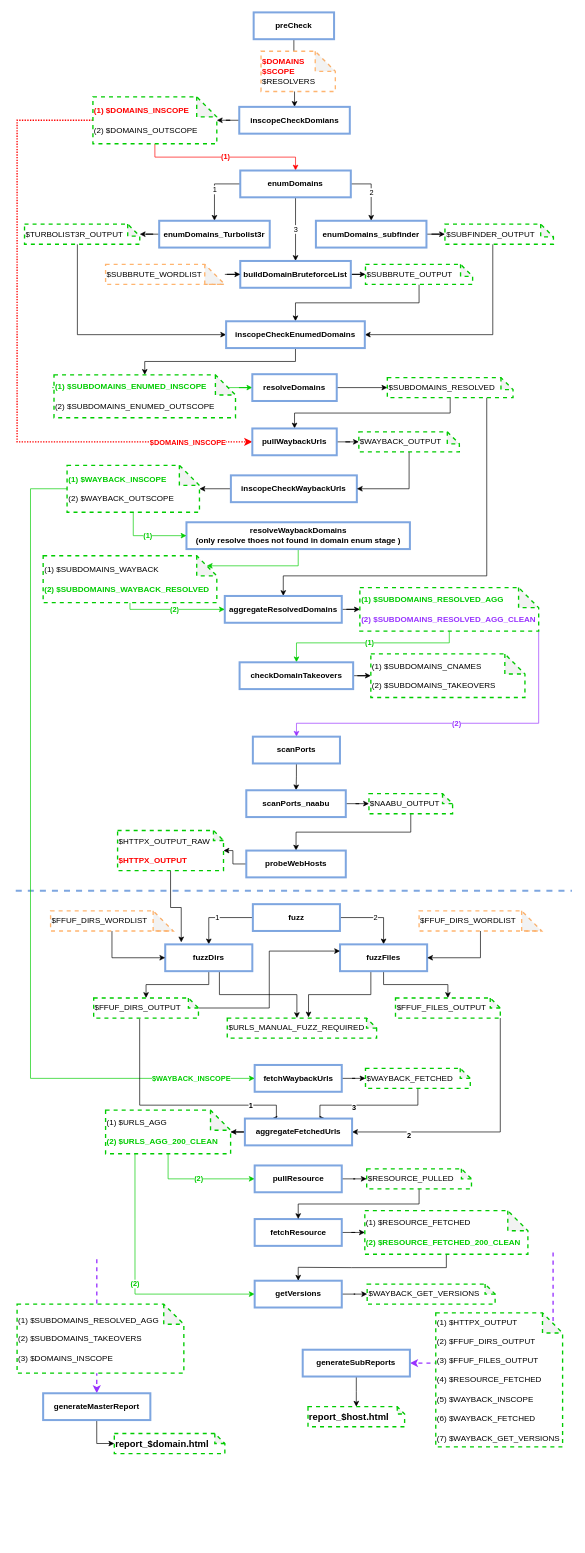
dirtybull/workflows keeps this draw.io diagram as Recon.drawio. Above is the earlier version. Source tidied: cells renumbered, new cells numbered last; positions are measured from the earlier drawing's top-left corner, leaving out a move shared by most shapes. Both pictures are drawn from the tidied source at 67%, with x=0, y=0 at pixel (15, 12).
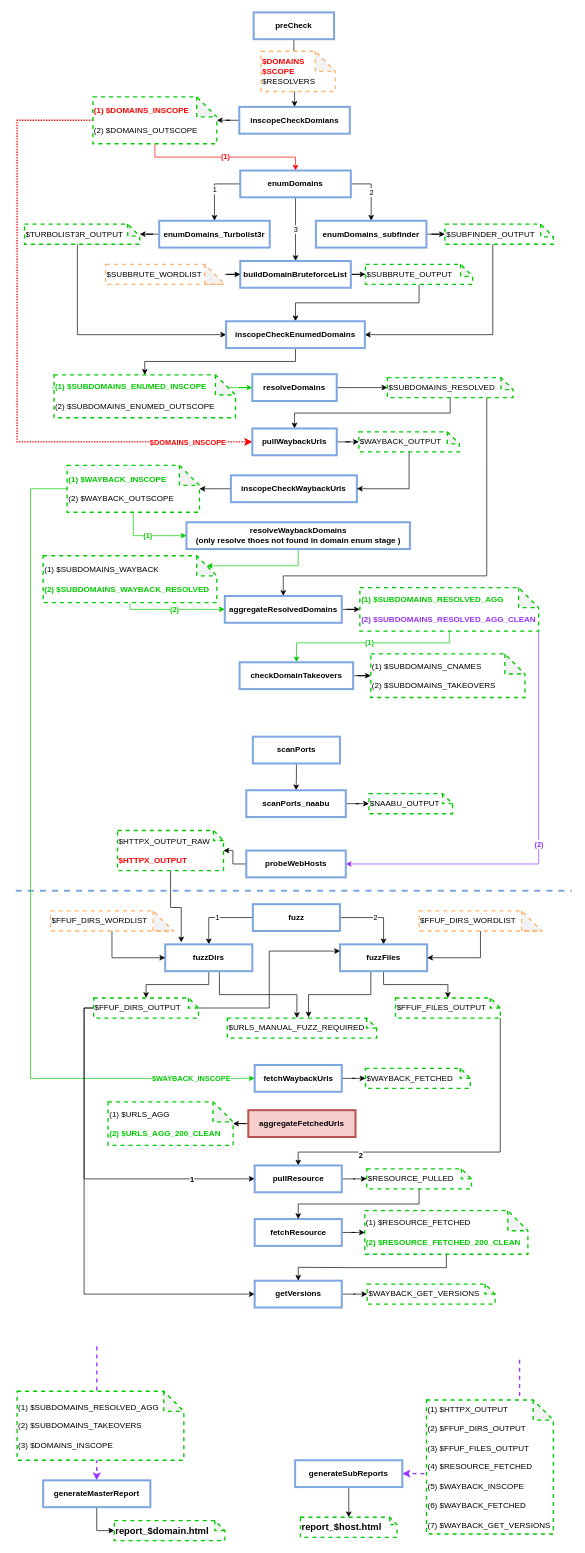
The same diagram, later.

The change refers to these unchanged cells:
```xml
<mxCell id="51" value="&lt;div&gt;&lt;font color=&quot;#00CC00&quot;&gt;&lt;b&gt;(1) $SUBDOMAINS_RESOLVED_AGG&lt;/b&gt;&lt;/font&gt;&lt;/div&gt;&lt;div&gt;&lt;br&gt;&lt;/div&gt;&lt;div&gt;&lt;font color=&quot;#9933FF&quot;&gt;&lt;b&gt;(2) $SUBDOMAINS_RESOLVED_AGG_CLEAN&lt;/b&gt;&lt;/font&gt;&lt;/div&gt;" style="shape=note;whiteSpace=wrap;html=1;backgroundOutline=1;darkOpacity=0.05;dashed=1;align=left;strokeColor=#00CC00;strokeWidth=2;" parent="1" vertex="1">
  <mxGeometry x="513.6" y="858.5" width="266.9" height="65" as="geometry" />
</mxCell>
<mxCell id="56" value="scanPorts" style="rounded=0;whiteSpace=wrap;html=1;strokeColor=#7EA6E0;strokeWidth=3;fontStyle=1;" parent="1" vertex="1">
  <mxGeometry x="353.9" y="1081" width="130" height="40" as="geometry" />
</mxCell>
<mxCell id="61" value="&lt;div&gt;$NAABU_OUTPUT&lt;/div&gt;" style="shape=note;whiteSpace=wrap;html=1;backgroundOutline=1;darkOpacity=0.05;dashed=1;align=left;strokeColor=#00CC00;strokeWidth=2;size=15;" parent="1" vertex="1">
  <mxGeometry x="527.2" y="1166" width="124.8" height="30" as="geometry" />
</mxCell>
<mxCell id="63" value="probeWebHosts" style="rounded=0;whiteSpace=wrap;html=1;strokeColor=#7EA6E0;strokeWidth=3;fontStyle=1;" parent="1" vertex="1">
  <mxGeometry x="344.1" y="1251" width="148.5" height="40" as="geometry" />
</mxCell>
<mxCell id="90" value="&lt;div&gt;$FFUF_DIRS_OUTPUT&lt;/div&gt;" style="shape=note;whiteSpace=wrap;html=1;backgroundOutline=1;darkOpacity=0.05;dashed=1;align=left;strokeColor=#00CC00;strokeWidth=2;size=15;" parent="1" vertex="1">
  <mxGeometry x="116.3" y="1471" width="156.4" height="30" as="geometry" />
</mxCell>
<mxCell id="93" value="&lt;div&gt;$FFUF_FILES_OUTPUT&lt;/div&gt;" style="shape=note;whiteSpace=wrap;html=1;backgroundOutline=1;darkOpacity=0.05;dashed=1;align=left;strokeColor=#00CC00;strokeWidth=2;size=15;" parent="1" vertex="1">
  <mxGeometry x="566.8" y="1471" width="156.4" height="30" as="geometry" />
</mxCell>
<mxCell id="99" value="&lt;div&gt;$WAYBACK_FETCHED&lt;/div&gt;" style="shape=note;whiteSpace=wrap;html=1;backgroundOutline=1;darkOpacity=0.05;dashed=1;align=left;strokeColor=#00CC00;strokeWidth=2;size=15;" parent="1" vertex="1">
  <mxGeometry x="522" y="1576" width="156.4" height="30" as="geometry" />
</mxCell>
<mxCell id="106" value="pullResource" style="rounded=0;whiteSpace=wrap;html=1;strokeColor=#7EA6E0;strokeWidth=3;fontStyle=1;" parent="1" vertex="1">
  <mxGeometry x="356.6" y="1721" width="130" height="40" as="geometry" />
</mxCell>
<mxCell id="108" value="getVersions" style="rounded=0;whiteSpace=wrap;html=1;strokeColor=#7EA6E0;strokeWidth=3;fontStyle=1;" parent="1" vertex="1">
  <mxGeometry x="356.6" y="1893" width="130" height="40" as="geometry" />
</mxCell>
```

The edit, as a diff of the source:
```diff
@@
     <mxCell id="2" style="endArrow=classic;html=1;rounded=0;fontColor=default;strokeColor=#9933FF;strokeWidth=2;dashed=1;entryX=1;entryY=0.5;entryDx=0;entryDy=0;" parent="1" edge="1" target="117">
       <mxGeometry relative="1" as="geometry">
-        <mxPoint x="802" y="1851" as="sourcePoint" />
+        <mxPoint x="752" y="2011" as="sourcePoint" />
         <Array as="points">
-          <mxPoint x="802" y="2016" />
+          <mxPoint x="752" y="2181" />
         </Array>
       </mxGeometry>
     </mxCell>
     <mxCell id="3" style="endArrow=classic;html=1;rounded=0;fontColor=default;strokeColor=#9933FF;strokeWidth=2;dashed=1;entryX=0.5;entryY=0;entryDx=0;entryDy=0;" parent="1" edge="1" target="119">
       <mxGeometry relative="1" as="geometry">
-        <mxPoint x="121" y="1861" as="sourcePoint" />
+        <mxPoint x="121" y="1991" as="sourcePoint" />
       </mxGeometry>
     </mxCell>
@@
-    <mxCell id="50" value="(2)" style="edgeStyle=orthogonalEdgeStyle;rounded=0;jettySize=auto;html=1;fontColor=#9933FF;strokeColor=#9933FF;exitX=1;exitY=1;exitDx=0;exitDy=0;exitPerimeter=0;fontStyle=1;" parent="1" edge="1" source="51" target="56">
+    <mxCell id="50" value="(2)" style="edgeStyle=orthogonalEdgeStyle;rounded=0;jettySize=auto;html=1;fontColor=#9933FF;strokeColor=#9933FF;exitX=1;exitY=1;exitDx=0;exitDy=0;exitPerimeter=0;fontStyle=1;entryX=1;entryY=0.5;entryDx=0;entryDy=0;" parent="1" edge="1" source="51" target="63">
       <mxGeometry relative="1" as="geometry">
         <Array as="points">
-          <mxPoint x="780" y="1061" />
-          <mxPoint x="419" y="1061" />
+          <mxPoint x="780" y="1271" />
         </Array>
       </mxGeometry>
     </mxCell>
@@
-    <mxCell id="60" style="edgeStyle=orthogonalEdgeStyle;rounded=0;jettySize=auto;html=1;entryX=0.5;entryY=0;entryDx=0;entryDy=0;fontColor=#000000;strokeColor=default;exitX=0.5;exitY=1;exitDx=0;exitDy=0;exitPerimeter=0;" parent="1" edge="1" source="61" target="63">
-      <mxGeometry relative="1" as="geometry" />
-    </mxCell>
@@
-    <mxCell id="88" style="edgeStyle=orthogonalEdgeStyle;rounded=0;jettySize=auto;html=1;entryX=0.25;entryY=0;entryDx=0;entryDy=0;fontColor=#000000;strokeColor=default;exitX=0.439;exitY=1.033;exitDx=0;exitDy=0;exitPerimeter=0;" parent="1" edge="1" source="90" target="101">
+    <mxCell id="88" style="edgeStyle=orthogonalEdgeStyle;rounded=0;jettySize=auto;html=1;entryX=0;entryY=0.5;entryDx=0;entryDy=0;fontColor=#000000;strokeColor=default;exitX=0;exitY=0.5;exitDx=0;exitDy=0;exitPerimeter=0;" parent="1" edge="1" source="90" target="106">
       <mxGeometry relative="1" as="geometry">
         <Array as="points">
-          <mxPoint x="185" y="1631" />
-          <mxPoint x="389" y="1631" />
+          <mxPoint x="102" y="1486" />
+          <mxPoint x="102" y="1741" />
         </Array>
       </mxGeometry>
     </mxCell>
@@
+    <mxCell id="124" style="edgeStyle=orthogonalEdgeStyle;rounded=0;jettySize=auto;html=1;entryX=0;entryY=0.5;entryDx=0;entryDy=0;" parent="1" edge="1" source="90" target="108">
+      <mxGeometry relative="1" as="geometry">
+        <Array as="points">
+          <mxPoint x="102" y="1486" />
+          <mxPoint x="102" y="1913" />
+        </Array>
+      </mxGeometry>
+    </mxCell>
@@
-    <mxCell id="91" style="edgeStyle=orthogonalEdgeStyle;rounded=0;jettySize=auto;html=1;entryX=1;entryY=0.5;entryDx=0;entryDy=0;fontColor=#000000;strokeColor=default;exitX=1;exitY=1;exitDx=0;exitDy=0;exitPerimeter=0;" parent="1" edge="1" source="93" target="101">
-      <mxGeometry relative="1" as="geometry" />
+    <mxCell id="91" style="edgeStyle=orthogonalEdgeStyle;rounded=0;jettySize=auto;html=1;entryX=0.5;entryY=0;entryDx=0;entryDy=0;fontColor=#000000;strokeColor=default;exitX=1;exitY=1;exitDx=0;exitDy=0;exitPerimeter=0;" parent="1" edge="1" source="93" target="106">
+      <mxGeometry relative="1" as="geometry">
+        <Array as="points">
+          <mxPoint x="723" y="1701" />
+          <mxPoint x="422" y="1701" />
+        </Array>
+      </mxGeometry>
     </mxCell>
@@
-    <mxCell id="97" style="edgeStyle=orthogonalEdgeStyle;rounded=0;jettySize=auto;html=1;entryX=0.75;entryY=0;entryDx=0;entryDy=0;fontColor=#000000;strokeColor=default;" parent="1" edge="1" source="99" target="101">
-      <mxGeometry relative="1" as="geometry">
-        <Array as="points">
-          <mxPoint x="600" y="1631" />
-          <mxPoint x="454" y="1631" />
-        </Array>
-      </mxGeometry>
-    </mxCell>
-    <mxCell id="98" value="3" style="edgeLabel;html=1;align=center;verticalAlign=middle;fontColor=default;fontStyle=1;" parent="97" vertex="1">
-      <mxGeometry x="0.21" y="2" relative="1" as="geometry" />
-    </mxCell>
@@
-    <mxCell id="101" value="aggregateFetchedUrls" style="rounded=0;whiteSpace=wrap;html=1;strokeColor=#7EA6E0;strokeWidth=3;fontStyle=1;" parent="1" vertex="1">
-      <mxGeometry x="342" y="1651" width="160" height="40" as="geometry" />
+    <mxCell id="101" value="aggregateFetchedUrls" style="rounded=0;whiteSpace=wrap;html=1;strokeColor=#b85450;strokeWidth=3;fontStyle=1;fillColor=#f8cecc;" parent="1" vertex="1">
+      <mxGeometry x="347.1" y="1638.5" width="160" height="40" as="geometry" />
     </mxCell>
-    <mxCell id="102" value="(2)" style="edgeStyle=orthogonalEdgeStyle;rounded=0;jettySize=auto;html=1;entryX=0;entryY=0.5;entryDx=0;entryDy=0;fontColor=#00CC00;strokeColor=#00CC00;exitX=0.5;exitY=1;exitDx=0;exitDy=0;exitPerimeter=0;fontStyle=1;" parent="1" edge="1" source="104" target="106">
-      <mxGeometry relative="1" as="geometry" />
-    </mxCell>
-    <mxCell id="103" value="(2)" style="edgeStyle=orthogonalEdgeStyle;rounded=0;jettySize=auto;html=1;entryX=0;entryY=0.5;entryDx=0;entryDy=0;fontColor=#00CC00;strokeColor=#00CC00;exitX=0.235;exitY=1.008;exitDx=0;exitDy=0;exitPerimeter=0;fontStyle=1;" parent="1" edge="1" source="104" target="108">
-      <mxGeometry relative="1" as="geometry" />
-    </mxCell>
     <mxCell id="104" value="&lt;div&gt;(1) $URLS_AGG&lt;/div&gt;&lt;div&gt;&lt;br&gt;&lt;/div&gt;&lt;div&gt;&lt;font color=&quot;#00CC00&quot;&gt;&lt;b&gt;(2) $URLS_AGG_200_CLEAN&lt;/b&gt;&lt;/font&gt;&lt;/div&gt;" style="shape=note;whiteSpace=wrap;html=1;backgroundOutline=1;darkOpacity=0.05;dashed=1;align=left;strokeColor=#00CC00;strokeWidth=2;" parent="1" vertex="1">
-      <mxGeometry x="134.1" y="1638.5" width="186.6" height="65" as="geometry" />
+      <mxGeometry x="137.8" y="1626" width="186.6" height="65" as="geometry" />
     </mxCell>
@@
     <mxCell id="117" value="generateSubReports" style="rounded=0;whiteSpace=wrap;html=1;strokeColor=#7EA6E0;strokeWidth=3;fontStyle=1;" parent="1" vertex="1">
-      <mxGeometry x="428.3" y="1996" width="160" height="40" as="geometry" />
+      <mxGeometry x="417" y="2161" width="160" height="40" as="geometry" />
     </mxCell>
@@
     <mxCell id="119" value="generateMasterReport" style="rounded=0;whiteSpace=wrap;html=1;strokeColor=#7EA6E0;strokeWidth=3;fontStyle=1;" parent="1" vertex="1">
-      <mxGeometry x="40.9" y="2061" width="160" height="40" as="geometry" />
+      <mxGeometry x="40.9" y="2191" width="160" height="40" as="geometry" />
     </mxCell>
     <mxCell id="120" value="&lt;div&gt;(1) $SUBDOMAINS_RESOLVED_AGG&lt;/div&gt;&lt;div&gt;&lt;br&gt;&lt;/div&gt;&lt;div&gt;&lt;font&gt;&lt;span&gt;(2) $SUBDOMAINS_TAKEOVERS&lt;/span&gt;&lt;/font&gt;&lt;/div&gt;&lt;div&gt;&lt;font&gt;&lt;span&gt;&lt;br&gt;&lt;/span&gt;&lt;/font&gt;&lt;/div&gt;&lt;div&gt;&lt;font&gt;&lt;span&gt;(3) $DOMAINS_INSCOPE&lt;br&gt;&lt;/span&gt;&lt;/font&gt;&lt;/div&gt;" style="shape=note;whiteSpace=wrap;html=1;backgroundOutline=1;darkOpacity=0.05;dashed=1;align=left;strokeColor=#00CC00;strokeWidth=2;fontColor=default;fontStyle=0;" parent="1" vertex="1">
-      <mxGeometry x="2" y="1928" width="248.9" height="103" as="geometry" />
+      <mxGeometry x="2" y="2058" width="248.9" height="103" as="geometry" />
     </mxCell>
     <mxCell id="121" value="&lt;div&gt;(1) $HTTPX_OUTPUT&lt;/div&gt;&lt;div&gt;&lt;br&gt;&lt;/div&gt;&lt;div&gt;&lt;font&gt;&lt;span&gt;(2) $FFUF_DIRS_OUTPUT&lt;/span&gt;&lt;/font&gt;&lt;/div&gt;&lt;div&gt;&lt;font&gt;&lt;span&gt;&lt;br&gt;&lt;/span&gt;&lt;/font&gt;&lt;/div&gt;&lt;div&gt;&lt;font&gt;&lt;span&gt;(3) $FFUF_FILES_OUTPUT&lt;br&gt;&lt;/span&gt;&lt;/font&gt;&lt;/div&gt;&lt;div&gt;&lt;br&gt;&lt;/div&gt;&lt;div&gt;&lt;div&gt;(4) $RESOURCE_FETCHED&lt;/div&gt;&lt;div&gt;&lt;br&gt;&lt;/div&gt;&lt;div&gt;&lt;font&gt;&lt;span&gt;(5) $WAYBACK_INSCOPE&lt;/span&gt;&lt;/font&gt;&lt;/div&gt;&lt;div&gt;&lt;font&gt;&lt;span&gt;&lt;br&gt;&lt;/span&gt;&lt;/font&gt;&lt;/div&gt;&lt;div&gt;&lt;font&gt;&lt;span&gt;(6) $WAYBACK_FETCHED&lt;/span&gt;&lt;/font&gt;&lt;/div&gt;&lt;div&gt;&lt;font&gt;&lt;span&gt;&lt;br&gt;&lt;/span&gt;&lt;/font&gt;&lt;/div&gt;&lt;div&gt;&lt;font&gt;&lt;span&gt;(7) $WAYBACK_GET_VERSIONS&lt;br&gt;&lt;/span&gt;&lt;/font&gt;&lt;/div&gt;&lt;/div&gt;" style="shape=note;whiteSpace=wrap;html=1;backgroundOutline=1;darkOpacity=0.05;dashed=1;align=left;strokeColor=#00CC00;strokeWidth=2;fontColor=default;fontStyle=0;" parent="1" vertex="1">
-      <mxGeometry x="626.9" y="1941" width="189.3" height="200" as="geometry" />
+      <mxGeometry x="613" y="2071" width="189.3" height="200" as="geometry" />
     </mxCell>
     <mxCell id="122" value="report_$domain.html" style="shape=note;whiteSpace=wrap;html=1;backgroundOutline=1;darkOpacity=0.05;dashed=1;align=left;strokeColor=#00CC00;strokeWidth=2;size=15;fontStyle=1;fontSize=14;" parent="1" vertex="1">
-      <mxGeometry x="147.1" y="2121" width="165" height="30" as="geometry" />
+      <mxGeometry x="147.1" y="2251" width="165" height="30" as="geometry" />
     </mxCell>
     <mxCell id="123" value="report_$host.html" style="shape=note;whiteSpace=wrap;html=1;backgroundOutline=1;darkOpacity=0.05;dashed=1;align=left;strokeColor=#00CC00;strokeWidth=2;size=11;fontSize=14;fontStyle=1;" parent="1" vertex="1">
-      <mxGeometry x="436.2" y="2081" width="144.2" height="30" as="geometry" />
+      <mxGeometry x="424.9" y="2246" width="144.2" height="30" as="geometry" />
     </mxCell>
```
